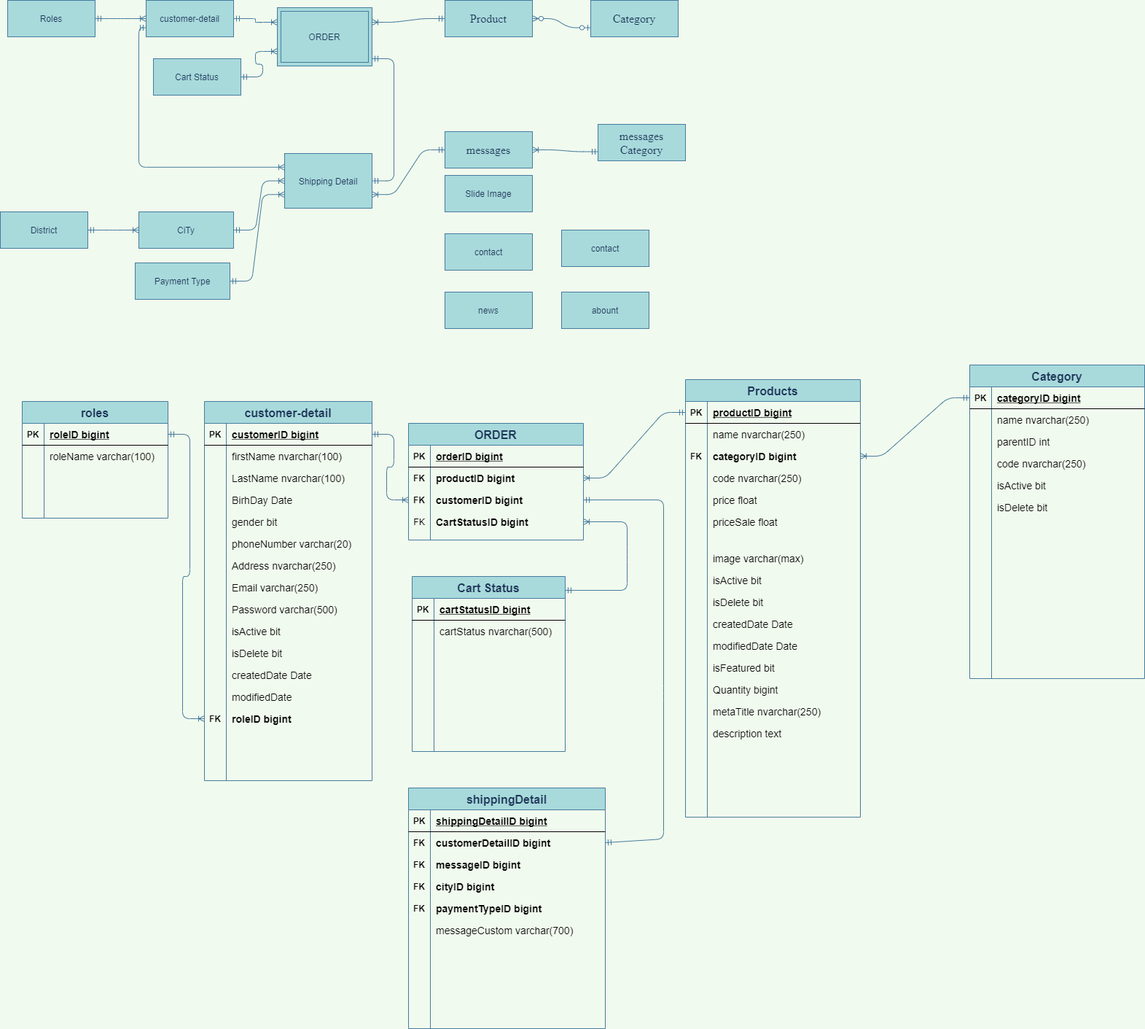
This is Untitled Diagram.png from maialino123/Eproject-SEM3, a draw.io export, as it was before one commit. Source tidied: cells renumbered, new cells last; positions are measured from the earlier drawing's top-left corner, leaving out a move shared by most shapes.
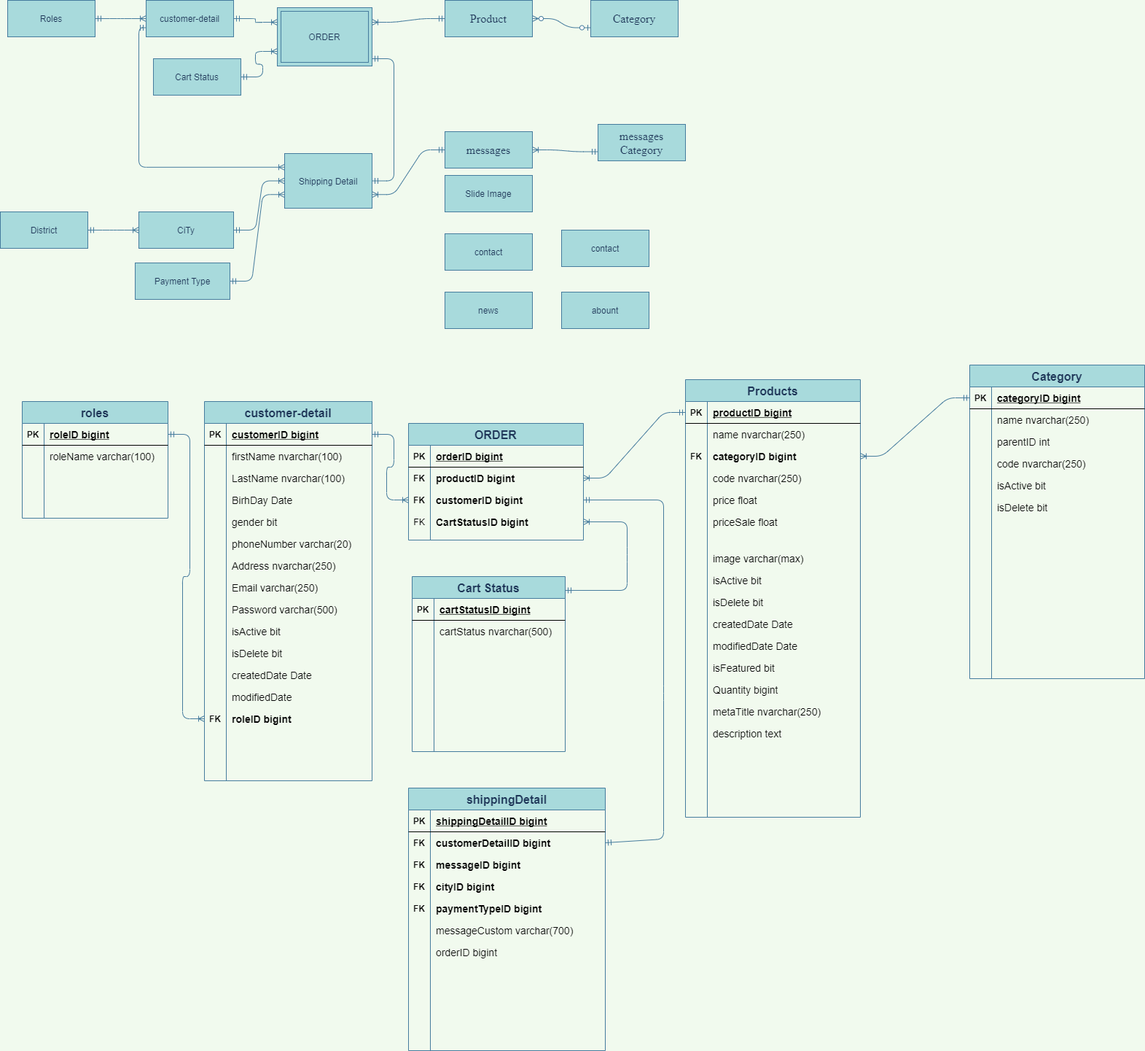
After the commit.

What changed in the source:
```diff
@@ -596,7 +596,7 @@
       </mxGeometry>
     </mxCell>
     <mxCell id="197" value="shippingDetail" style="shape=table;startSize=30;rowLines=0;fontStyle=1;align=center;rounded=0;sketch=0;fontColor=#1D3557;strokeColor=#457B9D;fillColor=#A8DADC;fontSize=16;" parent="1" vertex="1">
-      <mxGeometry x="560" y="1080" width="270" height="330" as="geometry" />
+      <mxGeometry x="560" y="1080" width="270" height="360" as="geometry" />
     </mxCell>
     <mxCell id="198" style="shape=partialRectangle;fillColor=none;top=0;left=0;bottom=1;right=0;" parent="197" vertex="1">
       <mxGeometry y="30" width="270" height="30" as="geometry" />
@@ -652,8 +652,17 @@
     <mxCell id="215" value="messageCustom varchar(700)" style="shape=partialRectangle;fillColor=none;top=0;left=0;bottom=0;right=0;align=left;spacingLeft=6;overflow=hidden;fontSize=14;fontStyle=0;" parent="213" vertex="1">
       <mxGeometry x="30" width="240" height="30" as="geometry" />
     </mxCell>
+    <mxCell id="229" style="shape=partialRectangle;fillColor=none;top=0;left=0;bottom=0;right=0;" parent="197" vertex="1">
+      <mxGeometry y="210" width="270" height="30" as="geometry" />
+    </mxCell>
+    <mxCell id="230" style="shape=partialRectangle;fillColor=none;top=0;left=0;bottom=0;right=0;overflow=hidden;fontStyle=1;" parent="229" vertex="1">
+      <mxGeometry width="30" height="30" as="geometry" />
+    </mxCell>
+    <mxCell id="231" value="orderID bigint" style="shape=partialRectangle;fillColor=none;top=0;left=0;bottom=0;right=0;align=left;spacingLeft=6;overflow=hidden;fontSize=14;fontStyle=0;" parent="229" vertex="1">
+      <mxGeometry x="30" width="240" height="30" as="geometry" />
+    </mxCell>
     <mxCell id="216" style="shape=partialRectangle;fillColor=none;top=0;left=0;bottom=0;right=0;" parent="197" vertex="1">
-      <mxGeometry y="210" width="270" height="30" as="geometry" />
+      <mxGeometry y="240" width="270" height="30" as="geometry" />
     </mxCell>
     <mxCell id="217" style="shape=partialRectangle;fillColor=none;top=0;left=0;bottom=0;right=0;overflow=hidden;" parent="216" vertex="1">
       <mxGeometry width="30" height="30" as="geometry" />
@@ -662,7 +671,7 @@
       <mxGeometry x="30" width="240" height="30" as="geometry" />
     </mxCell>
     <mxCell id="219" style="shape=partialRectangle;fillColor=none;top=0;left=0;bottom=0;right=0;" parent="197" vertex="1">
-      <mxGeometry y="240" width="270" height="30" as="geometry" />
+      <mxGeometry y="270" width="270" height="30" as="geometry" />
     </mxCell>
     <mxCell id="220" style="shape=partialRectangle;fillColor=none;top=0;left=0;bottom=0;right=0;overflow=hidden;" parent="219" vertex="1">
       <mxGeometry width="30" height="30" as="geometry" />
@@ -671,7 +680,7 @@
       <mxGeometry x="30" width="240" height="30" as="geometry" />
     </mxCell>
     <mxCell id="222" style="shape=partialRectangle;fillColor=none;top=0;left=0;bottom=0;right=0;" parent="197" vertex="1">
-      <mxGeometry y="270" width="270" height="30" as="geometry" />
+      <mxGeometry y="300" width="270" height="30" as="geometry" />
     </mxCell>
     <mxCell id="223" style="shape=partialRectangle;fillColor=none;top=0;left=0;bottom=0;right=0;overflow=hidden;" parent="222" vertex="1">
       <mxGeometry width="30" height="30" as="geometry" />
@@ -680,7 +689,7 @@
       <mxGeometry x="30" width="240" height="30" as="geometry" />
     </mxCell>
     <mxCell id="225" style="shape=partialRectangle;fillColor=none;top=0;left=0;bottom=0;right=0;" parent="197" vertex="1">
-      <mxGeometry y="300" width="270" height="30" as="geometry" />
+      <mxGeometry y="330" width="270" height="30" as="geometry" />
     </mxCell>
     <mxCell id="226" style="shape=partialRectangle;fillColor=none;top=0;left=0;bottom=0;right=0;overflow=hidden;" parent="225" vertex="1">
       <mxGeometry width="30" height="30" as="geometry" />
```
